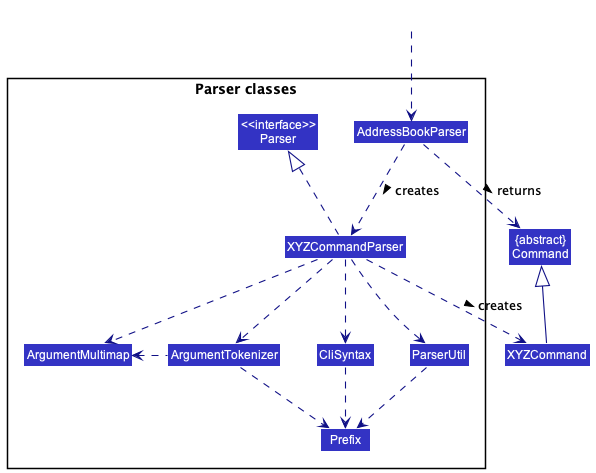
nus-cs2103-AY2223S1/tp keeps this PlantUML diagram as docs/images/ParserClasses.png. Above is the earlier version.
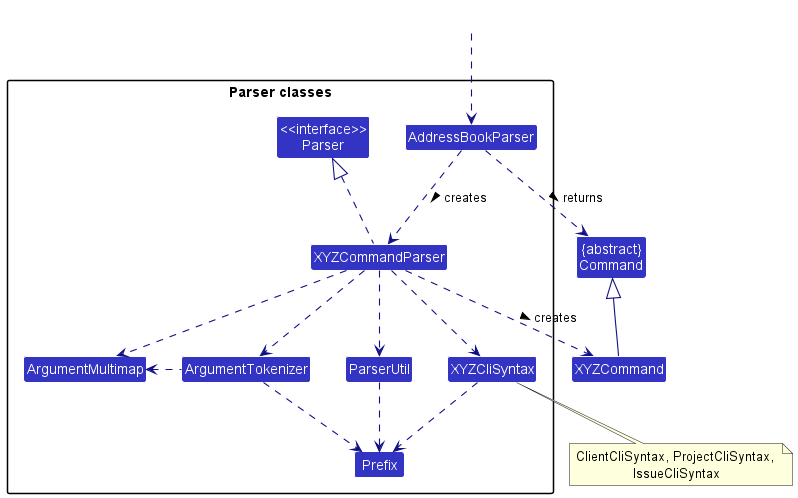
After the commit.

Commit message:
Edit Parser Classes Diagram

The edit, as a diff of the source:
```diff
@@ -11,7 +11,7 @@
 Class "<<interface>>\nParser" as Parser
 Class AddressBookParser
 Class XYZCommandParser
-Class CliSyntax
+Class XYZCliSyntax
 Class ParserUtil
 Class ArgumentMultimap
 Class ArgumentTokenizer
@@ -29,10 +29,11 @@
 XYZCommandParser ..> ArgumentMultimap
 XYZCommandParser ..> ArgumentTokenizer
 ArgumentTokenizer .left.> ArgumentMultimap
-XYZCommandParser ..> CliSyntax
-CliSyntax ..> Prefix
+XYZCommandParser ..> XYZCliSyntax
+XYZCliSyntax ..> Prefix
 XYZCommandParser ..> ParserUtil
 ParserUtil .down.> Prefix
 ArgumentTokenizer .down.> Prefix
 XYZCommand -up-|> Command
+note bottom of XYZCliSyntax: ClientCliSyntax, ProjectCliSyntax, \nIssueCliSyntax
 @enduml
```
